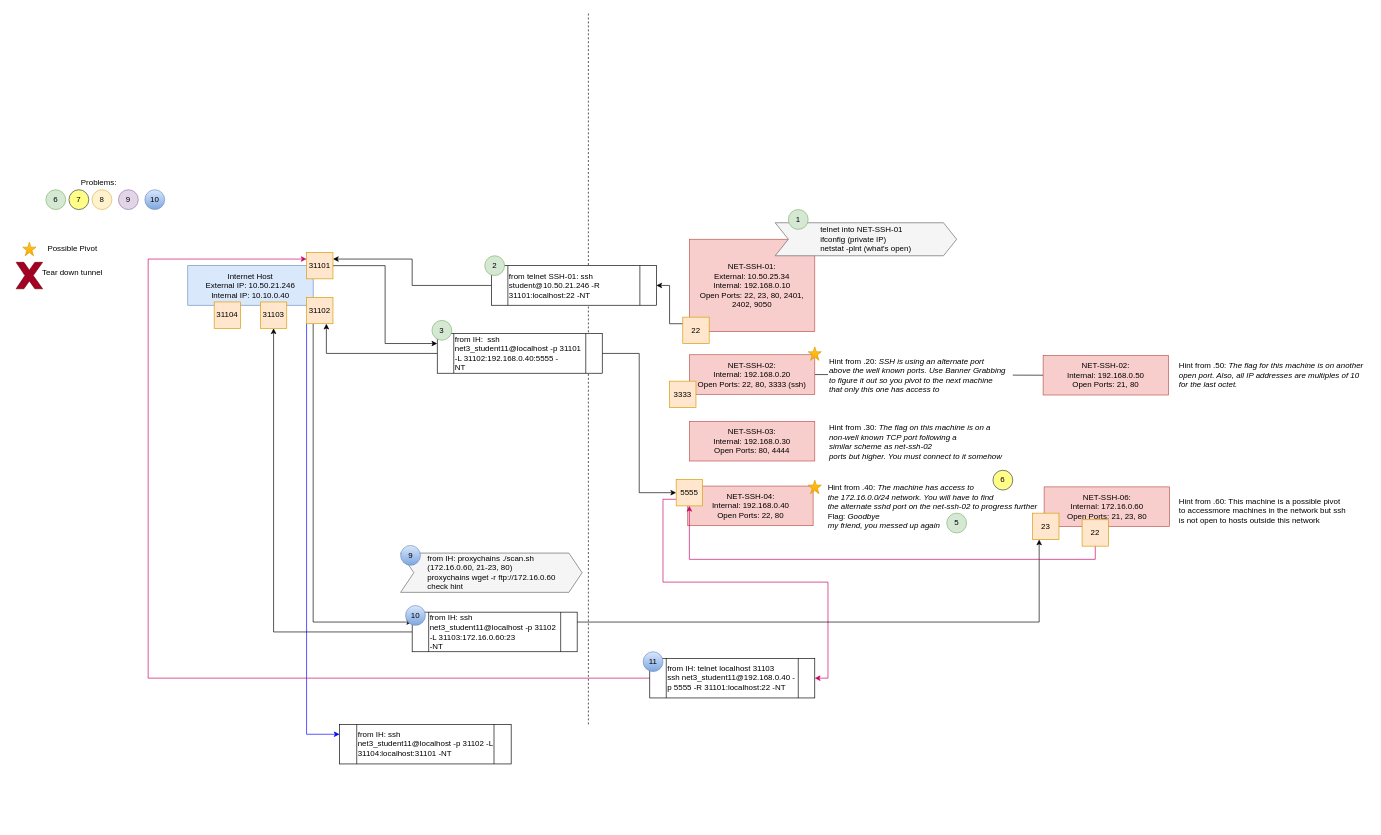
The draw.io diagram ctf/data_collection/CTF_data_collection10.drawio in abfarr/cctc, before the edit. Source tidied: cells renumbered, new cells numbered last; positions are measured from the earlier drawing's top-left corner, leaving out a move shared by most shapes. Both pictures are drawn from the tidied source at 66%, with x=0, y=0 at pixel (16, 11).
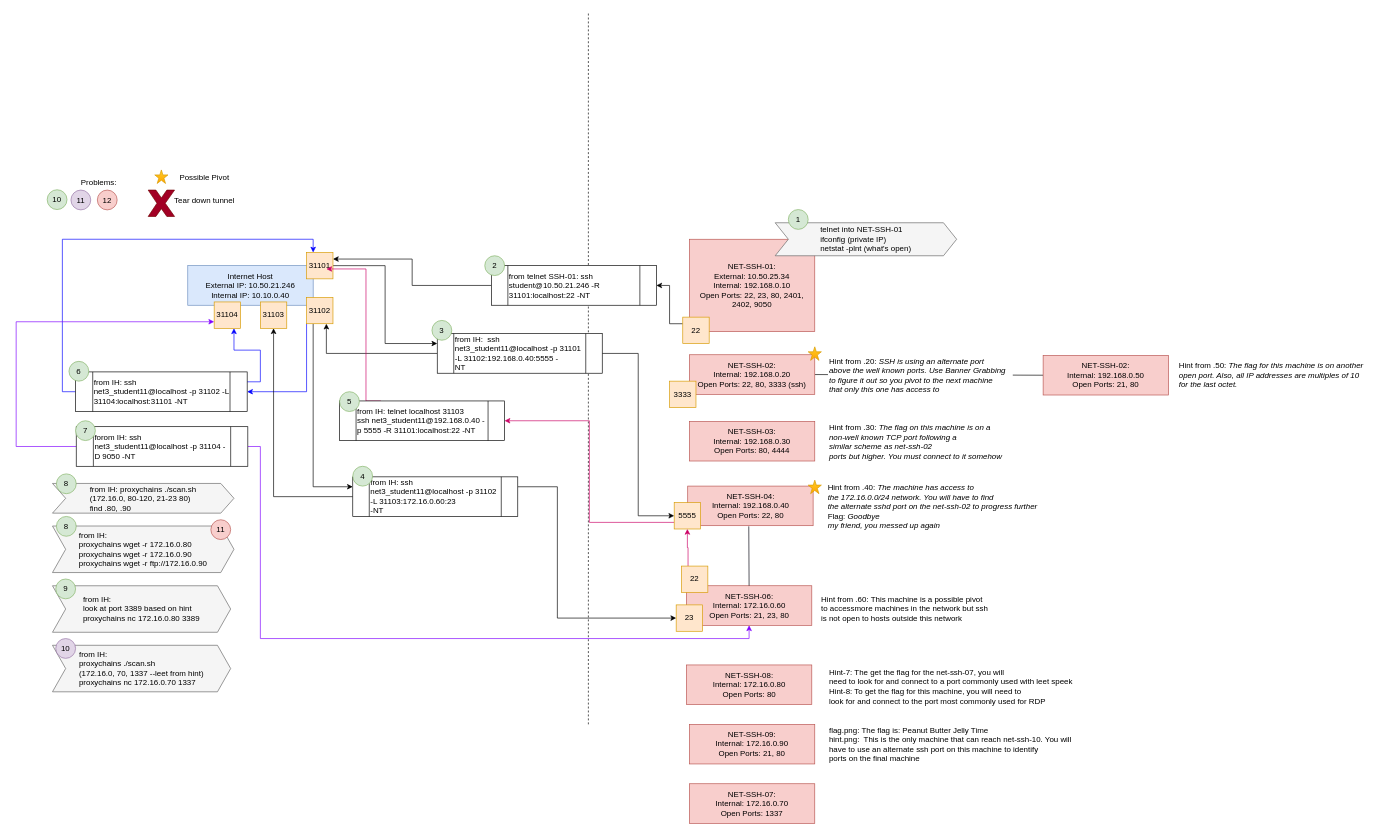
The same page after the edit.

The change refers to these unchanged cells:
```xml
<mxCell id="11" value="31101" style="whiteSpace=wrap;html=1;fillColor=#ffe6cc;strokeColor=#d79b00;" parent="1" vertex="1">
  <mxGeometry x="440" y="365" width="40" height="40" as="geometry" />
</mxCell>
<mxCell id="28" value="31102" style="whiteSpace=wrap;html=1;fillColor=#ffe6cc;strokeColor=#d79b00;" parent="1" vertex="1">
  <mxGeometry x="440" y="433" width="40" height="40" as="geometry" />
</mxCell>
<mxCell id="62" value="31104" style="whiteSpace=wrap;html=1;fillColor=#ffe6cc;strokeColor=#d79b00;" parent="1" vertex="1">
  <mxGeometry x="300" y="440" width="40" height="40" as="geometry" />
</mxCell>
```

What changed in the source:
```diff
@@
-    <mxCell id="27" style="edgeStyle=orthogonalEdgeStyle;rounded=0;jettySize=auto;html=1;exitX=0;exitY=1;exitDx=0;exitDy=0;entryX=0;entryY=0.25;entryDx=0;entryDy=0;strokeColor=#0000FF;" parent="1" edge="1" source="28" target="63">
+    <mxCell id="27" style="edgeStyle=orthogonalEdgeStyle;rounded=0;jettySize=auto;html=1;exitX=0;exitY=1;exitDx=0;exitDy=0;entryX=1;entryY=0.5;entryDx=0;entryDy=0;strokeColor=#0000FF;" parent="1" edge="1" source="28" target="63">
       <mxGeometry relative="1" as="geometry" />
     </mxCell>
@@
-    <mxCell id="29" value="7" style="ellipse;whiteSpace=wrap;html=1;fillColor=#ffff88;strokeColor=#36393d;" parent="1" vertex="1">
-      <mxGeometry x="80" y="270" width="30" height="30" as="geometry" />
-    </mxCell>
-    <mxCell id="30" value="8" style="ellipse;whiteSpace=wrap;html=1;fillColor=#fff2cc;strokeColor=#d6b656;" parent="1" vertex="1">
-      <mxGeometry x="115" y="270" width="30" height="30" as="geometry" />
-    </mxCell>
-    <mxCell id="31" value="9" style="ellipse;whiteSpace=wrap;html=1;fillColor=#e1d5e7;strokeColor=#9673a6;" parent="1" vertex="1">
-      <mxGeometry x="155" y="270" width="30" height="30" as="geometry" />
-    </mxCell>
-    <mxCell id="32" value="6" style="ellipse;whiteSpace=wrap;html=1;fillColor=#d5e8d4;strokeColor=#82b366;" parent="1" vertex="1">
-      <mxGeometry x="45" y="270" width="30" height="30" as="geometry" />
+    <mxCell id="32" value="10" style="ellipse;whiteSpace=wrap;html=1;fillColor=#d5e8d4;strokeColor=#82b366;" parent="1" vertex="1">
+      <mxGeometry x="47" y="270" width="30" height="30" as="geometry" />
     </mxCell>
@@
     <mxCell id="36" style="verticalLabelPosition=bottom;verticalAlign=top;html=1;shape=mxgraph.basic.star;strokeColor=#d79b00;fillColor=#ffcd28;gradientColor=#ffa500;" parent="1" vertex="1">
-      <mxGeometry x="10" y="349.5" width="20" height="20.5" as="geometry" />
+      <mxGeometry x="210" y="240" width="20" height="20.5" as="geometry" />
     </mxCell>
     <mxCell id="37" value="Possible Pivot" style="text;html=1;align=center;verticalAlign=middle;strokeColor=none;fillColor=none;fontColor=#000000;" parent="1" vertex="1">
-      <mxGeometry x="40" y="350" width="90" height="20" as="geometry" />
+      <mxGeometry x="240" y="240.5" width="90" height="20" as="geometry" />
     </mxCell>
     <mxCell id="38" style="verticalLabelPosition=bottom;verticalAlign=top;html=1;shape=mxgraph.basic.x;fillColor=#a20025;fontColor=#ffffff;strokeColor=#6F0000;" parent="1" vertex="1">
-      <mxGeometry y="380" width="40" height="40" as="geometry" />
+      <mxGeometry x="200" y="270.5" width="40" height="40" as="geometry" />
     </mxCell>
     <mxCell id="39" value="Tear down tunnel" style="text;html=1;align=center;verticalAlign=middle;strokeColor=none;fillColor=none;fontColor=#000000;" parent="1" vertex="1">
-      <mxGeometry x="30" y="385" width="110" height="20" as="geometry" />
+      <mxGeometry x="230" y="275.5" width="110" height="20" as="geometry" />
     </mxCell>
-    <mxCell id="40" value="10" style="ellipse;whiteSpace=wrap;html=1;fillColor=#dae8fc;strokeColor=#6c8ebf;gradientColor=#7ea6e0;" parent="1" vertex="1">
-      <mxGeometry x="195" y="270" width="30" height="30" as="geometry" />
-    </mxCell>
@@
     <mxCell id="43" value="5555" style="whiteSpace=wrap;html=1;fillColor=#ffe6cc;strokeColor=#d79b00;" parent="1" vertex="1">
-      <mxGeometry x="1000" y="709" width="40" height="40" as="geometry" />
+      <mxGeometry x="997" y="744" width="40" height="40" as="geometry" />
     </mxCell>
@@
     <mxCell id="45" value="NET-SSH-06:&lt;br&gt;Internal:&amp;nbsp;172.16.0.60&lt;br&gt;Open Ports: 21, 23, 80" style="rounded=0;whiteSpace=wrap;html=1;fillColor=#f8cecc;strokeColor=#b85450;" parent="1" vertex="1">
-      <mxGeometry x="1557.5" y="720.2" width="190" height="60" as="geometry" />
+      <mxGeometry x="1015.5" y="870" width="190" height="60" as="geometry" />
     </mxCell>
-    <mxCell id="46" value="5" style="ellipse;whiteSpace=wrap;html=1;fillColor=#d5e8d4;strokeColor=#82b366;" parent="1" vertex="1">
-      <mxGeometry x="1410" y="760" width="30" height="30" as="geometry" />
-    </mxCell>
-    <mxCell id="47" value="6" style="ellipse;whiteSpace=wrap;html=1;fillColor=#ffff88;strokeColor=#36393d;" parent="1" vertex="1">
-      <mxGeometry x="1480" y="695" width="30" height="30" as="geometry" />
-    </mxCell>
-    <mxCell id="48" value="&lt;div style=&quot;text-align: left&quot;&gt;&lt;span style=&quot;color: rgb(0 , 0 , 0)&quot;&gt;from IH:&amp;nbsp;&lt;/span&gt;&lt;span style=&quot;color: rgb(0 , 0 , 0)&quot;&gt;proxychains ./scan.sh&lt;/span&gt;&lt;/div&gt;&lt;div style=&quot;text-align: left&quot;&gt;&lt;span style=&quot;color: rgb(0 , 0 , 0)&quot;&gt;(172.16.0.60, 21-23, 80)&lt;/span&gt;&lt;/div&gt;&lt;div style=&quot;text-align: left&quot;&gt;&lt;span style=&quot;color: rgb(0 , 0 , 0)&quot;&gt;proxychains wget -r ftp://172.16.0.60&lt;/span&gt;&lt;br&gt;&lt;/div&gt;&lt;div style=&quot;text-align: left&quot;&gt;&lt;span style=&quot;color: rgb(0 , 0 , 0)&quot;&gt;check hint&lt;/span&gt;&lt;/div&gt;" style="shape=step;perimeter=stepPerimeter;whiteSpace=wrap;html=1;fixedSize=1;align=center;fillColor=#f5f5f5;fontColor=#333333;strokeColor=#666666;" parent="1" vertex="1">
-      <mxGeometry x="582.5" y="820.5" width="275" height="59.5" as="geometry" />
-    </mxCell>
-    <mxCell id="49" value="9" style="ellipse;whiteSpace=wrap;html=1;fillColor=#dae8fc;strokeColor=#6c8ebf;gradientColor=#7ea6e0;" parent="1" vertex="1">
-      <mxGeometry x="582.5" y="809" width="30" height="30" as="geometry" />
-    </mxCell>
     <mxCell id="50" value="Hint from .60: This machine is a possible pivot &lt;br&gt;to accessmore machines in the network but ssh &lt;br&gt;is not open to hosts outside this network" style="text;html=1;align=left;verticalAlign=middle;strokeColor=none;fillColor=none;" parent="1" vertex="1">
-      <mxGeometry x="1760" y="730.5" width="270" height="50" as="geometry" />
+      <mxGeometry x="1218" y="880.2" width="270" height="50" as="geometry" />
     </mxCell>
-    <mxCell id="51" style="edgeStyle=orthogonalEdgeStyle;rounded=0;jettySize=auto;html=1;exitX=1;exitY=0.25;exitDx=0;exitDy=0;entryX=0.25;entryY=1;entryDx=0;entryDy=0;" parent="1" edge="1" source="53" target="55">
-      <mxGeometry relative="1" as="geometry" />
+    <mxCell id="51" style="edgeStyle=orthogonalEdgeStyle;rounded=0;jettySize=auto;html=1;exitX=1;exitY=0.25;exitDx=0;exitDy=0;entryX=0;entryY=0.5;entryDx=0;entryDy=0;" parent="1" edge="1" source="53" target="55">
+      <mxGeometry relative="1" as="geometry">
+        <Array as="points">
+          <mxPoint x="820" y="720" />
+          <mxPoint x="820" y="919" />
+        </Array>
+      </mxGeometry>
     </mxCell>
@@
     <mxCell id="53" value="&lt;div&gt;from IH: ssh net3_student11@localhost -p 31102 -L 31103:172.16.0.60:23&lt;/div&gt;&lt;div&gt;-NT&lt;/div&gt;" style="shape=process;whiteSpace=wrap;html=1;backgroundOutline=1;align=left;" parent="1" vertex="1">
-      <mxGeometry x="600" y="910" width="250" height="60" as="geometry" />
+      <mxGeometry x="510" y="705" width="250" height="60" as="geometry" />
     </mxCell>
@@
     <mxCell id="55" value="23" style="whiteSpace=wrap;html=1;fillColor=#ffe6cc;strokeColor=#d79b00;" parent="1" vertex="1">
-      <mxGeometry x="1540" y="760" width="40" height="40" as="geometry" />
+      <mxGeometry x="1000" y="899" width="40" height="40" as="geometry" />
     </mxCell>
-    <mxCell id="56" value="10" style="ellipse;whiteSpace=wrap;html=1;fillColor=#dae8fc;strokeColor=#6c8ebf;gradientColor=#7ea6e0;" parent="1" vertex="1">
-      <mxGeometry x="590" y="900" width="30" height="30" as="geometry" />
-    </mxCell>
-    <mxCell id="57" style="edgeStyle=orthogonalEdgeStyle;rounded=0;jettySize=auto;html=1;exitX=0;exitY=0.5;exitDx=0;exitDy=0;entryX=0;entryY=0.25;entryDx=0;entryDy=0;strokeColor=#CC0066;" parent="1" edge="1" source="58" target="11">
+    <mxCell id="57" style="edgeStyle=orthogonalEdgeStyle;rounded=0;jettySize=auto;html=1;exitX=0.25;exitY=0;exitDx=0;exitDy=0;strokeColor=#CC0066;" parent="1" edge="1" source="58">
       <mxGeometry relative="1" as="geometry">
+        <mxPoint x="470" y="390" as="targetPoint" />
         <Array as="points">
-          <mxPoint x="200" y="1010" />
-          <mxPoint x="200" y="375" />
+          <mxPoint x="530" y="590" />
+          <mxPoint x="530" y="390" />
         </Array>
       </mxGeometry>
     </mxCell>
     <mxCell id="58" value="from IH: telnet localhost 31103&lt;br&gt;ssh net3_student11@192.168.0.40 -p 5555 -R 31101:localhost:22 -NT" style="shape=process;whiteSpace=wrap;html=1;backgroundOutline=1;align=left;" parent="1" vertex="1">
-      <mxGeometry x="960" y="980" width="250" height="60" as="geometry" />
+      <mxGeometry x="490" y="590" width="250" height="60" as="geometry" />
     </mxCell>
-    <mxCell id="59" value="11" style="ellipse;whiteSpace=wrap;html=1;fillColor=#dae8fc;strokeColor=#6c8ebf;gradientColor=#7ea6e0;" parent="1" vertex="1">
-      <mxGeometry x="950" y="970" width="30" height="30" as="geometry" />
-    </mxCell>
-    <mxCell id="60" style="edgeStyle=orthogonalEdgeStyle;rounded=0;jettySize=auto;html=1;exitX=0.5;exitY=1;exitDx=0;exitDy=0;entryX=0.5;entryY=1;entryDx=0;entryDy=0;strokeColor=#CC0066;" parent="1" edge="1" source="61" target="43">
+    <mxCell id="60" style="edgeStyle=orthogonalEdgeStyle;rounded=0;jettySize=auto;html=1;exitX=0.25;exitY=0;exitDx=0;exitDy=0;entryX=0.5;entryY=1;entryDx=0;entryDy=0;strokeColor=#CC0066;" parent="1" edge="1" source="61" target="43">
       <mxGeometry relative="1" as="geometry" />
     </mxCell>
     <mxCell id="61" value="22" style="whiteSpace=wrap;html=1;fillColor=#ffe6cc;strokeColor=#d79b00;" parent="1" vertex="1">
-      <mxGeometry x="1615" y="770" width="40" height="40" as="geometry" />
+      <mxGeometry x="1008" y="840.2" width="40" height="40" as="geometry" />
     </mxCell>
@@
+    <mxCell id="64" style="edgeStyle=orthogonalEdgeStyle;rounded=0;jettySize=auto;html=1;exitX=1;exitY=0.25;exitDx=0;exitDy=0;entryX=0.75;entryY=1;entryDx=0;entryDy=0;strokeColor=#0000FF;" parent="1" edge="1" source="63" target="62">
+      <mxGeometry relative="1" as="geometry" />
+    </mxCell>
+    <mxCell id="65" style="edgeStyle=orthogonalEdgeStyle;rounded=0;jettySize=auto;html=1;exitX=0;exitY=0.5;exitDx=0;exitDy=0;entryX=0.25;entryY=0;entryDx=0;entryDy=0;strokeColor=#0000FF;" parent="1" edge="1" source="63" target="11">
+      <mxGeometry relative="1" as="geometry" />
+    </mxCell>
     <mxCell id="63" value="from IH: ssh net3_student11@localhost -p 31102 -L 31104:localhost:31101 -NT" style="shape=process;whiteSpace=wrap;html=1;backgroundOutline=1;align=left;" parent="1" vertex="1">
-      <mxGeometry x="490" y="1080" width="260" height="60" as="geometry" />
+      <mxGeometry x="90" y="546" width="260" height="60" as="geometry" />
     </mxCell>
+    <mxCell id="46" value="5" style="ellipse;whiteSpace=wrap;html=1;fillColor=#d5e8d4;strokeColor=#82b366;" parent="1" vertex="1">
+      <mxGeometry x="490" y="576" width="30" height="30" as="geometry" />
+    </mxCell>
+    <mxCell id="66" style="endArrow=none;html=1;rounded=0;strokeColor=#00000D;exitX=0.5;exitY=0;exitDx=0;exitDy=0;" parent="1" edge="1" source="45">
+      <mxGeometry relative="1" as="geometry">
+        <mxPoint x="1110" y="780" as="targetPoint" />
+      </mxGeometry>
+    </mxCell>
+    <mxCell id="67" value="4" style="ellipse;whiteSpace=wrap;html=1;fillColor=#d5e8d4;strokeColor=#82b366;" parent="1" vertex="1">
+      <mxGeometry x="510" y="689" width="30" height="30" as="geometry" />
+    </mxCell>
+    <mxCell id="68" style="edgeStyle=orthogonalEdgeStyle;rounded=0;jettySize=auto;html=1;exitX=0;exitY=0.5;exitDx=0;exitDy=0;entryX=0;entryY=0.75;entryDx=0;entryDy=0;strokeColor=#7F00FF;" parent="1" edge="1" source="70" target="62">
+      <mxGeometry relative="1" as="geometry">
+        <Array as="points">
+          <mxPoint y="659" />
+          <mxPoint y="470" />
+        </Array>
+      </mxGeometry>
+    </mxCell>
+    <mxCell id="69" style="edgeStyle=orthogonalEdgeStyle;rounded=0;jettySize=auto;html=1;exitX=1;exitY=0.5;exitDx=0;exitDy=0;entryX=0.5;entryY=1;entryDx=0;entryDy=0;strokeColor=#7F00FF;" parent="1" edge="1" source="70" target="45">
+      <mxGeometry relative="1" as="geometry">
+        <Array as="points">
+          <mxPoint x="370" y="659" />
+          <mxPoint x="370" y="950" />
+          <mxPoint x="1111" y="950" />
+        </Array>
+      </mxGeometry>
+    </mxCell>
+    <mxCell id="70" value="forom IH: ssh net3_student11@localhost -p 31104 -D 9050 -NT" style="shape=process;whiteSpace=wrap;html=1;backgroundOutline=1;align=left;" parent="1" vertex="1">
+      <mxGeometry x="91" y="629" width="260" height="60" as="geometry" />
+    </mxCell>
+    <mxCell id="47" value="6" style="ellipse;whiteSpace=wrap;html=1;fillColor=#d5e8d4;strokeColor=#82b366;" parent="1" vertex="1">
+      <mxGeometry x="80" y="530" width="30" height="30" as="geometry" />
+    </mxCell>
+    <mxCell id="29" value="7" style="ellipse;whiteSpace=wrap;html=1;fillColor=#d5e8d4;strokeColor=#82b366;" parent="1" vertex="1">
+      <mxGeometry x="90" y="620" width="30" height="30" as="geometry" />
+    </mxCell>
+    <mxCell id="71" value="&lt;div style=&quot;text-align: left&quot;&gt;&lt;font color=&quot;#000000&quot;&gt;from IH: proxychains ./scan.sh&lt;/font&gt;&lt;/div&gt;&lt;div style=&quot;text-align: left&quot;&gt;&lt;font color=&quot;#000000&quot;&gt;(172.16.0, 80-120, 21-23 80)&lt;/font&gt;&lt;/div&gt;&lt;div style=&quot;text-align: left&quot;&gt;&lt;font color=&quot;#000000&quot;&gt;find .80, .90&lt;/font&gt;&lt;/div&gt;" style="shape=step;perimeter=stepPerimeter;whiteSpace=wrap;html=1;fixedSize=1;align=center;fillColor=#f5f5f5;fontColor=#333333;strokeColor=#666666;" parent="1" vertex="1">
+      <mxGeometry x="55" y="715" width="275" height="45" as="geometry" />
+    </mxCell>
+    <mxCell id="72" value="8" style="ellipse;whiteSpace=wrap;html=1;fillColor=#d5e8d4;strokeColor=#82b366;" parent="1" vertex="1">
+      <mxGeometry x="61" y="700.5" width="30" height="30" as="geometry" />
+    </mxCell>
+    <mxCell id="73" value="NET-SSH-08:&lt;br&gt;Internal:&amp;nbsp;172.16.0.80&lt;br&gt;Open Ports: 80" style="rounded=0;whiteSpace=wrap;html=1;fillColor=#f8cecc;strokeColor=#b85450;" parent="1" vertex="1">
+      <mxGeometry x="1015.5" y="990" width="190" height="60" as="geometry" />
+    </mxCell>
+    <mxCell id="74" value="NET-SSH-09:&lt;br&gt;Internal:&amp;nbsp;172.16.0.90&lt;br&gt;Open Ports: 21, 80" style="rounded=0;whiteSpace=wrap;html=1;fillColor=#f8cecc;strokeColor=#b85450;" parent="1" vertex="1">
+      <mxGeometry x="1020" y="1080" width="190" height="60" as="geometry" />
+    </mxCell>
+    <mxCell id="75" value="&lt;div style=&quot;text-align: left&quot;&gt;&lt;font color=&quot;#000000&quot;&gt;from IH:&amp;nbsp;&lt;/font&gt;&lt;/div&gt;&lt;div style=&quot;text-align: left&quot;&gt;&lt;font color=&quot;#000000&quot;&gt;proxychains wget -r 172.16.0.80&lt;/font&gt;&lt;/div&gt;&lt;div style=&quot;text-align: left&quot;&gt;&lt;span style=&quot;color: rgb(0 , 0 , 0)&quot;&gt;proxychains wget -r 172.16.0.90&lt;/span&gt;&lt;font color=&quot;#000000&quot;&gt;&lt;br&gt;&lt;/font&gt;&lt;/div&gt;&lt;div style=&quot;text-align: left&quot;&gt;&lt;span style=&quot;color: rgb(0 , 0 , 0)&quot;&gt;proxychains wget -r ftp://172.16.0.90&lt;/span&gt;&lt;span style=&quot;color: rgb(0 , 0 , 0)&quot;&gt;&lt;br&gt;&lt;/span&gt;&lt;/div&gt;" style="shape=step;perimeter=stepPerimeter;whiteSpace=wrap;html=1;fixedSize=1;align=center;fillColor=#f5f5f5;fontColor=#333333;strokeColor=#666666;" parent="1" vertex="1">
+      <mxGeometry x="55" y="779.5" width="275" height="70.5" as="geometry" />
+    </mxCell>
+    <mxCell id="76" value="8" style="ellipse;whiteSpace=wrap;html=1;fillColor=#d5e8d4;strokeColor=#82b366;" parent="1" vertex="1">
+      <mxGeometry x="61" y="765" width="30" height="30" as="geometry" />
+    </mxCell>
+    <mxCell id="77" value="&lt;div&gt;Hint-7: The get the flag for the net-ssh-07, you will&amp;nbsp;&lt;/div&gt;&lt;div&gt;need to look for and connect to a port commonly used with leet speek&amp;nbsp;&amp;nbsp;&lt;/div&gt;&lt;div&gt;Hint-8: To get the flag for this machine, you will need to&amp;nbsp;&lt;/div&gt;&lt;div&gt;look for and connect to the port most commonly used for RDP&amp;nbsp;&lt;/div&gt;&lt;div&gt;&lt;br&gt;&lt;/div&gt;" style="text;html=1;align=left;verticalAlign=middle;strokeColor=none;fillColor=none;" parent="1" vertex="1">
+      <mxGeometry x="1230" y="990" width="390" height="80" as="geometry" />
+    </mxCell>
+    <mxCell id="78" value="&lt;div&gt;&lt;div&gt;flag.png: The flag is: Peanut Butter Jelly Time&amp;nbsp;&lt;/div&gt;&lt;div&gt;hint.png:&amp;nbsp; This is the only machine that can reach net-ssh-10. You will&amp;nbsp;&lt;/div&gt;&lt;div&gt;have to use an alternate ssh port on this machine to identify&amp;nbsp;&lt;/div&gt;&lt;div&gt;ports on the final machine&amp;nbsp;&lt;/div&gt;&lt;/div&gt;" style="text;html=1;align=left;verticalAlign=middle;strokeColor=none;fillColor=none;" parent="1" vertex="1">
+      <mxGeometry x="1230" y="1080" width="390" height="60" as="geometry" />
+    </mxCell>
+    <mxCell id="79" value="&lt;div style=&quot;text-align: left&quot;&gt;&lt;font color=&quot;#000000&quot;&gt;from IH:&amp;nbsp;&lt;/font&gt;&lt;/div&gt;&lt;div style=&quot;text-align: left&quot;&gt;&lt;font color=&quot;#000000&quot;&gt;look at port 3389 based on hint&lt;/font&gt;&lt;/div&gt;&lt;div style=&quot;text-align: left&quot;&gt;&lt;font color=&quot;#000000&quot;&gt;proxychains nc 172.16.0.80 3389&lt;br&gt;&lt;/font&gt;&lt;/div&gt;" style="shape=step;perimeter=stepPerimeter;whiteSpace=wrap;html=1;fixedSize=1;align=center;fillColor=#f5f5f5;fontColor=#333333;strokeColor=#666666;" parent="1" vertex="1">
+      <mxGeometry x="55" y="870" width="270" height="70.5" as="geometry" />
+    </mxCell>
+    <mxCell id="80" value="9" style="ellipse;whiteSpace=wrap;html=1;fillColor=#d5e8d4;strokeColor=#82b366;" parent="1" vertex="1">
+      <mxGeometry x="60" y="859.8" width="30" height="30" as="geometry" />
+    </mxCell>
+    <mxCell id="81" value="NET-SSH-07:&lt;br&gt;Internal:&amp;nbsp;172.16.0.70&lt;br&gt;Open Ports: 1337" style="rounded=0;whiteSpace=wrap;html=1;fillColor=#f8cecc;strokeColor=#b85450;" parent="1" vertex="1">
+      <mxGeometry x="1020" y="1170" width="190" height="60" as="geometry" />
+    </mxCell>
+    <mxCell id="82" value="11" style="ellipse;whiteSpace=wrap;html=1;fillColor=#e1d5e7;strokeColor=#9673a6;" parent="1" vertex="1">
+      <mxGeometry x="83" y="270.5" width="30" height="30" as="geometry" />
+    </mxCell>
+    <mxCell id="83" value="&lt;div style=&quot;text-align: left&quot;&gt;&lt;font color=&quot;#000000&quot;&gt;from IH:&amp;nbsp;&lt;/font&gt;&lt;/div&gt;&lt;div style=&quot;text-align: left&quot;&gt;&lt;font color=&quot;#000000&quot;&gt;proxychains ./scan.sh&amp;nbsp;&lt;/font&gt;&lt;/div&gt;&lt;div style=&quot;text-align: left&quot;&gt;&lt;font color=&quot;#000000&quot;&gt;(172.16.0, 70, 1337 --leet from hint)&lt;/font&gt;&lt;/div&gt;&lt;div style=&quot;text-align: left&quot;&gt;&lt;font color=&quot;#000000&quot;&gt;proxychains nc 172.16.0.70 1337&lt;br&gt;&lt;/font&gt;&lt;/div&gt;" style="shape=step;perimeter=stepPerimeter;whiteSpace=wrap;html=1;fixedSize=1;align=center;fillColor=#f5f5f5;fontColor=#333333;strokeColor=#666666;" parent="1" vertex="1">
+      <mxGeometry x="55" y="960.2" width="270" height="70.5" as="geometry" />
+    </mxCell>
+    <mxCell id="84" value="10" style="ellipse;whiteSpace=wrap;html=1;fillColor=#e1d5e7;strokeColor=#9673a6;" parent="1" vertex="1">
+      <mxGeometry x="60" y="950" width="30" height="30" as="geometry" />
+    </mxCell>
+    <mxCell id="85" value="11" style="ellipse;whiteSpace=wrap;html=1;fillColor=#f8cecc;strokeColor=#b85450;" parent="1" vertex="1">
+      <mxGeometry x="295" y="770" width="30" height="30" as="geometry" />
+    </mxCell>
+    <mxCell id="86" value="12" style="ellipse;whiteSpace=wrap;html=1;fillColor=#f8cecc;strokeColor=#b85450;" parent="1" vertex="1">
+      <mxGeometry x="123" y="270.5" width="30" height="30" as="geometry" />
+    </mxCell>
```
